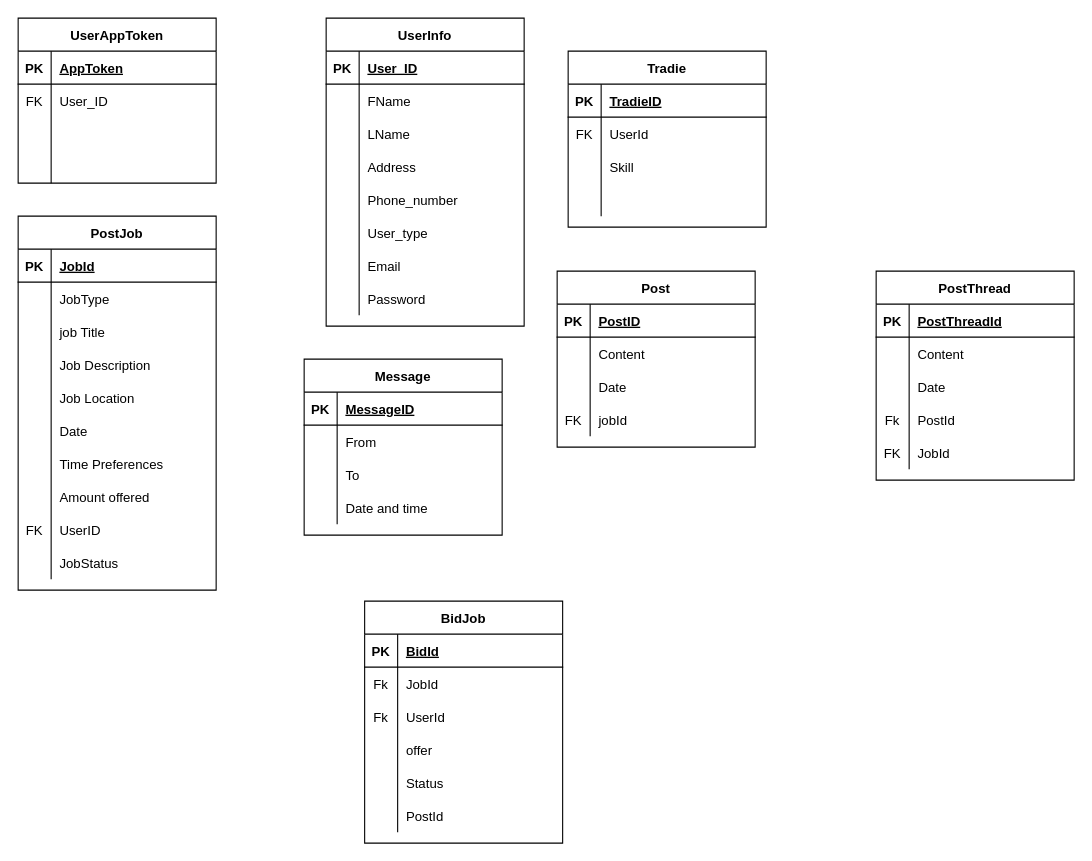
Above: Tradie.drawio in bishalgnyawali/test (draw.io), before the change. Source tidied: cells renumbered, new cells numbered last; positions are measured from the earlier drawing's top-left corner, leaving out a move shared by most shapes. Both pictures are drawn from the tidied source at 110%, with x=0, y=0 at pixel (18, 18).
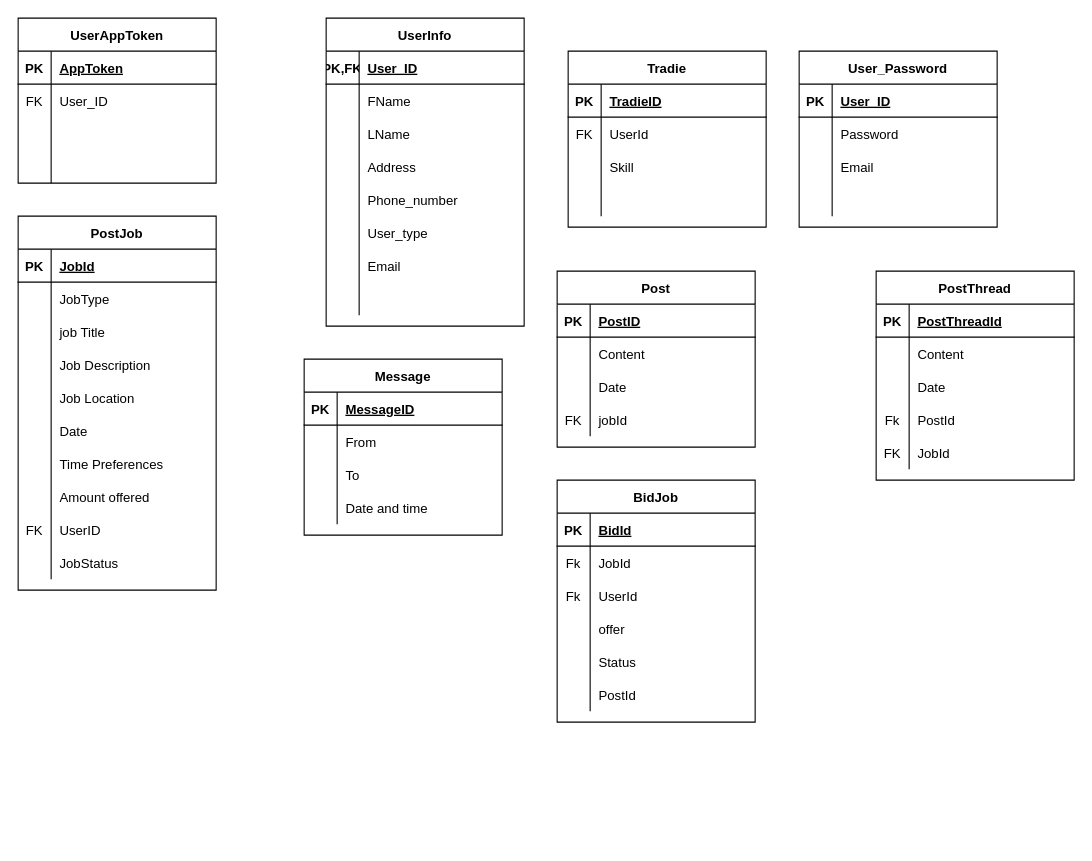
After the change.

Unchanged cells that the change refers to:
```xml
<mxCell id="3" style="shape=partialRectangle;fillColor=none;top=0;left=0;bottom=1;right=0;" parent="2" vertex="1">
  <mxGeometry y="30" width="180" height="30" as="geometry" />
</mxCell>
<mxCell id="24" style="shape=partialRectangle;fillColor=none;top=0;left=0;bottom=0;right=0;" parent="2" vertex="1">
  <mxGeometry y="240" width="180" height="30" as="geometry" />
</mxCell>
```

Change to the diagram source:
```diff
@@
-    <mxCell id="4" value="PK" style="shape=partialRectangle;fillColor=none;top=0;left=0;bottom=0;right=0;fontStyle=1;overflow=hidden;" parent="3" vertex="1">
+    <mxCell id="4" value="PK,FK" style="shape=partialRectangle;fillColor=none;top=0;left=0;bottom=0;right=0;fontStyle=1;overflow=hidden;" parent="3" vertex="1">
       <mxGeometry width="30" height="30" as="geometry" />
     </mxCell>
@@
-    <mxCell id="26" value="Password" style="shape=partialRectangle;fillColor=none;top=0;left=0;bottom=0;right=0;align=left;spacingLeft=6;overflow=hidden;" parent="24" vertex="1">
+    <mxCell id="26" style="shape=partialRectangle;fillColor=none;top=0;left=0;bottom=0;right=0;align=left;spacingLeft=6;overflow=hidden;" parent="24" vertex="1">
       <mxGeometry x="30" width="150" height="30" as="geometry" />
     </mxCell>
@@
     <mxCell id="126" value="BidJob" style="shape=table;startSize=30;childLayout=tableLayout;rowLines=0;fontStyle=1;align=center;" parent="1" vertex="1">
-      <mxGeometry x="315" y="530" width="180" height="220" as="geometry" />
+      <mxGeometry x="490" y="420" width="180" height="220" as="geometry" />
     </mxCell>
@@
+    <mxCell id="145" value="User_Password" style="shape=table;startSize=30;childLayout=tableLayout;rowLines=0;fontStyle=1;align=center;" parent="1" vertex="1">
+      <mxGeometry x="710" y="30" width="180" height="160" as="geometry" />
+    </mxCell>
+    <mxCell id="146" style="shape=partialRectangle;fillColor=none;top=0;left=0;bottom=1;right=0;" parent="145" vertex="1">
+      <mxGeometry y="30" width="180" height="30" as="geometry" />
+    </mxCell>
+    <mxCell id="147" value="PK" style="shape=partialRectangle;fillColor=none;top=0;left=0;bottom=0;right=0;fontStyle=1;overflow=hidden;" parent="146" vertex="1">
+      <mxGeometry width="30" height="30" as="geometry" />
+    </mxCell>
+    <mxCell id="148" value="User_ID" style="shape=partialRectangle;fillColor=none;top=0;left=0;bottom=0;right=0;align=left;spacingLeft=6;fontStyle=5;overflow=hidden;" parent="146" vertex="1">
+      <mxGeometry x="30" width="150" height="30" as="geometry" />
+    </mxCell>
+    <mxCell id="149" style="shape=partialRectangle;fillColor=none;top=0;left=0;bottom=0;right=0;" parent="145" vertex="1">
+      <mxGeometry y="60" width="180" height="30" as="geometry" />
+    </mxCell>
+    <mxCell id="150" style="shape=partialRectangle;fillColor=none;top=0;left=0;bottom=0;right=0;overflow=hidden;" parent="149" vertex="1">
+      <mxGeometry width="30" height="30" as="geometry" />
+    </mxCell>
+    <mxCell id="151" value="Password" style="shape=partialRectangle;fillColor=none;top=0;left=0;bottom=0;right=0;align=left;spacingLeft=6;overflow=hidden;" parent="149" vertex="1">
+      <mxGeometry x="30" width="150" height="30" as="geometry" />
+    </mxCell>
+    <mxCell id="152" style="shape=partialRectangle;fillColor=none;top=0;left=0;bottom=0;right=0;" parent="145" vertex="1">
+      <mxGeometry y="90" width="180" height="30" as="geometry" />
+    </mxCell>
+    <mxCell id="153" style="shape=partialRectangle;fillColor=none;top=0;left=0;bottom=0;right=0;overflow=hidden;" parent="152" vertex="1">
+      <mxGeometry width="30" height="30" as="geometry" />
+    </mxCell>
+    <mxCell id="154" value="Email" style="shape=partialRectangle;fillColor=none;top=0;left=0;bottom=0;right=0;align=left;spacingLeft=6;overflow=hidden;" parent="152" vertex="1">
+      <mxGeometry x="30" width="150" height="30" as="geometry" />
+    </mxCell>
+    <mxCell id="155" style="shape=partialRectangle;fillColor=none;top=0;left=0;bottom=0;right=0;" parent="145" vertex="1">
+      <mxGeometry y="120" width="180" height="30" as="geometry" />
+    </mxCell>
+    <mxCell id="156" style="shape=partialRectangle;fillColor=none;top=0;left=0;bottom=0;right=0;overflow=hidden;" parent="155" vertex="1">
+      <mxGeometry width="30" height="30" as="geometry" />
+    </mxCell>
+    <mxCell id="157" style="shape=partialRectangle;fillColor=none;top=0;left=0;bottom=0;right=0;align=left;spacingLeft=6;overflow=hidden;" parent="155" vertex="1">
+      <mxGeometry x="30" width="150" height="30" as="geometry" />
+    </mxCell>
```
